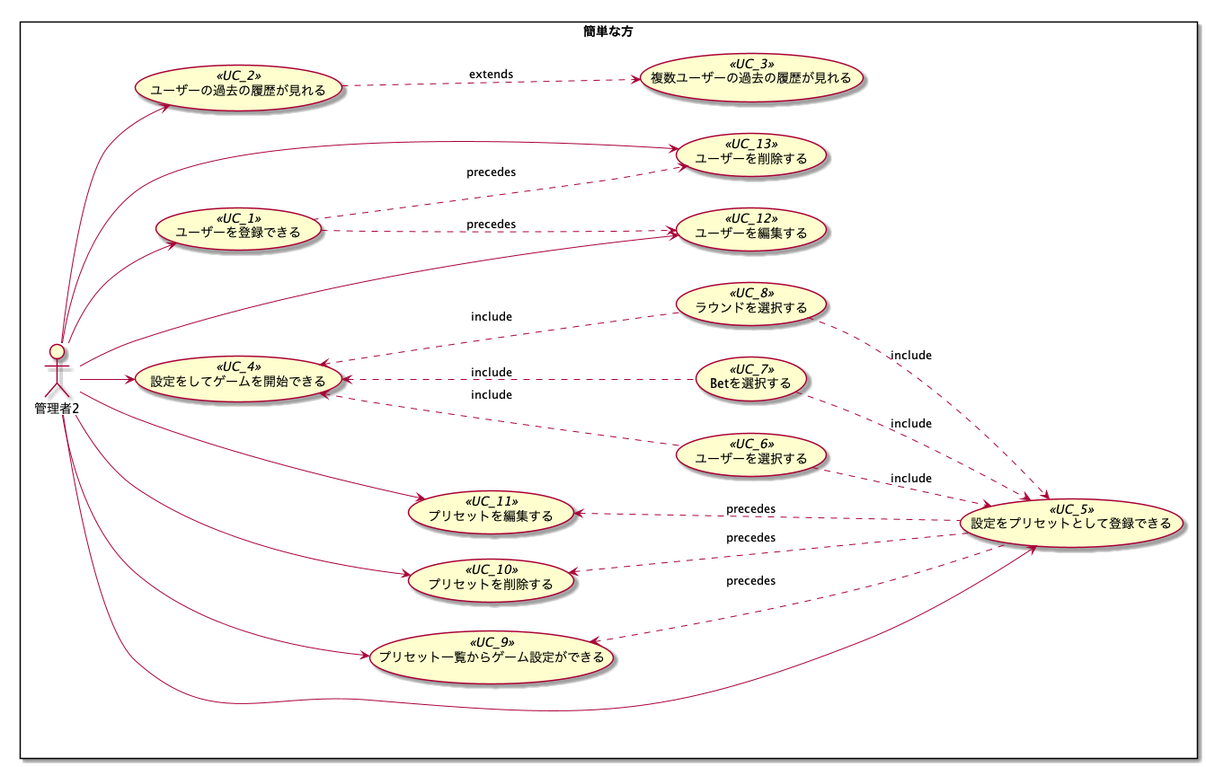
yuki-miraito/uml_practice keeps this PlantUML diagram as out/use_case_diagram/ユースケース.png. Above is the earlier version. Source of this version:
```plantuml
@startuml ユースケース

left to right direction









rectangle 簡単な方 {
  (ユーザーを登録できる) <<UC_1>> as UC_1
  (ユーザーを編集する) <<UC_12>> as UC_12
  (ユーザーを削除する) <<UC_13>> as UC_13
  (ユーザーの過去の履歴が見れる) <<UC_2>> as UC_2
  (複数ユーザーの過去の履歴が見れる) <<UC_3>> as UC_3
  (設定をしてゲームを開始できる) <<UC_4>> as UC_4
  (設定をプリセットとして登録できる) <<UC_5>> as UC_5
  (プリセット一覧からゲーム設定ができる) <<UC_9>> as UC_9
  (プリセットを削除する) <<UC_10>> as UC_10
  (プリセットを編集する) <<UC_11>> as UC_11
  (ユーザーを選択する) <<UC_6>> as UC_6
  (Betを選択する) <<UC_7>> as UC_7
  (ラウンドを選択する) <<UC_8>> as UC_8

  管理者2 --> UC_1
  管理者2 --> UC_12
  管理者2 --> UC_13
  管理者2 --> UC_2
  管理者2 --> UC_4
  管理者2 -> UC_5
  管理者2 --> UC_9
  管理者2 --> UC_10
  管理者2 --> UC_11

  UC_1 ..> UC_12 : precedes
  UC_1 ..> UC_13 : precedes
  UC_2 ..> UC_3 : extends
  UC_6 .up.> UC_4 : include
  UC_7 .up.> UC_4 : include
  UC_8 .up.> UC_4 : include
  UC_6 .down.> UC_5 : include
  UC_7 .down.> UC_5 : include
  UC_8 .down.> UC_5 : include
  UC_5 .up.> UC_11 : precedes
  UC_5 .up.> UC_10 : precedes
  UC_5 .up.> UC_9 : precedes
}

@enduml
```
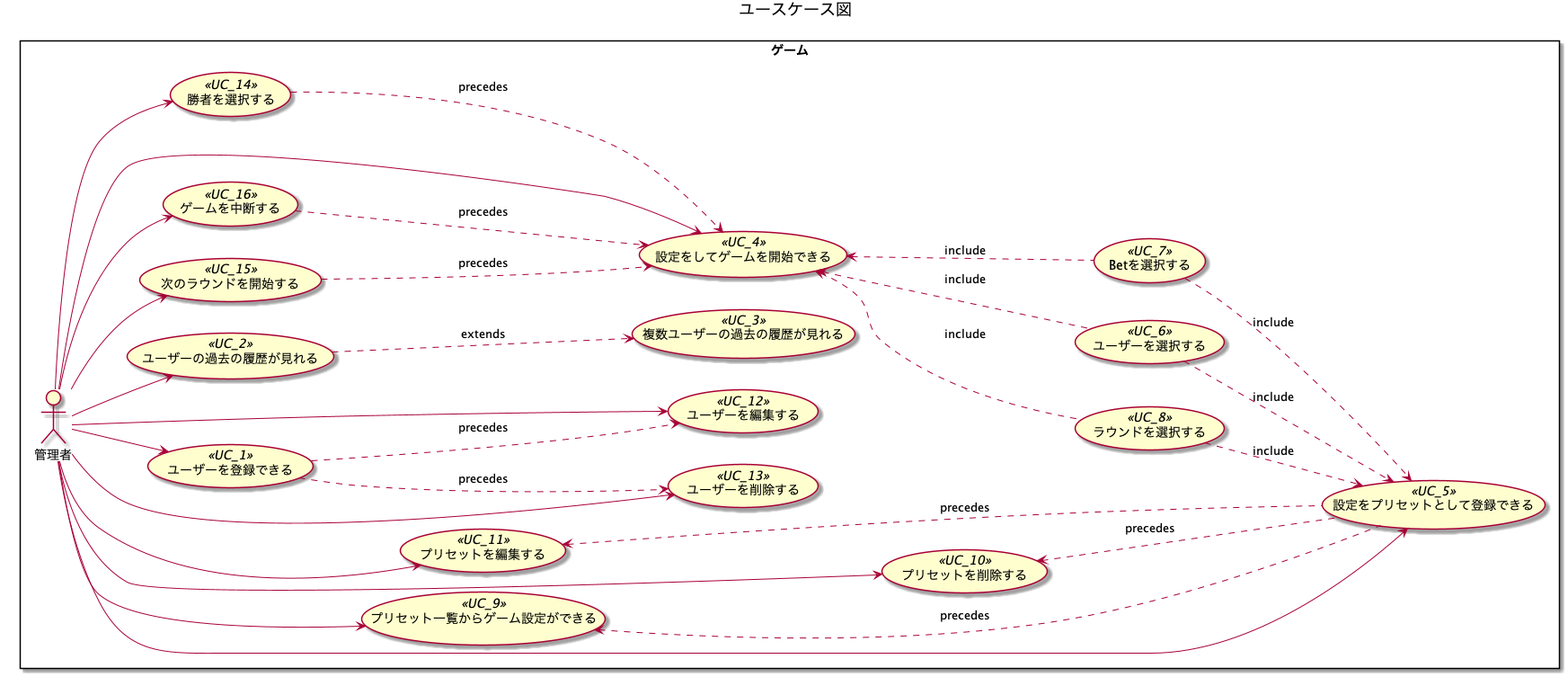
Later version of the same file.

Commit message:
fix: ユースケース図 (ver3)

Diff of the diagram source:
```diff
@@ -1,16 +1,9 @@
 @startuml ユースケース
 
+title ユースケース図
 left to right direction
 
-
-
-
-
-
-
-
-
-rectangle 簡単な方 {
+rectangle ゲーム {
   (ユーザーを登録できる) <<UC_1>> as UC_1
   (ユーザーを編集する) <<UC_12>> as UC_12
   (ユーザーを削除する) <<UC_13>> as UC_13
@@ -24,29 +17,38 @@
   (ユーザーを選択する) <<UC_6>> as UC_6
   (Betを選択する) <<UC_7>> as UC_7
   (ラウンドを選択する) <<UC_8>> as UC_8
+  (勝者を選択する) <<UC_14>> as UC_14
+  (次のラウンドを開始する) <<UC_15>> as UC_15
+  (ゲームを中断する) <<UC_16>> as UC_16
 
-  管理者2 --> UC_1
-  管理者2 --> UC_12
-  管理者2 --> UC_13
-  管理者2 --> UC_2
-  管理者2 --> UC_4
-  管理者2 -> UC_5
-  管理者2 --> UC_9
-  管理者2 --> UC_10
-  管理者2 --> UC_11
+  管理者 --> UC_1
+  管理者 --> UC_12
+  管理者 --> UC_13
+  管理者 --> UC_2
+  管理者 --> UC_4
+  管理者 -> UC_5
+  管理者 --> UC_9
+  管理者 --> UC_10
+  管理者 --> UC_11
+  管理者 --> UC_14
+  管理者 --> UC_15
+  管理者 --> UC_16
 
-  UC_1 ..> UC_12 : precedes
-  UC_1 ..> UC_13 : precedes
-  UC_2 ..> UC_3 : extends
-  UC_6 .up.> UC_4 : include
-  UC_7 .up.> UC_4 : include
-  UC_8 .up.> UC_4 : include
-  UC_6 .down.> UC_5 : include
-  UC_7 .down.> UC_5 : include
-  UC_8 .down.> UC_5 : include
-  UC_5 .up.> UC_11 : precedes
-  UC_5 .up.> UC_10 : precedes
-  UC_5 .up.> UC_9 : precedes
+  UC_1 ..> UC_12: precedes
+  UC_1 ..> UC_13: precedes
+  UC_2 ..> UC_3: extends
+  UC_6 .up.> UC_4: include
+  UC_7 .up.> UC_4: include
+  UC_8 .up.> UC_4: include
+  UC_6 .down.> UC_5: include
+  UC_7 .down.> UC_5: include
+  UC_8 .down.> UC_5: include
+  UC_5 .up.> UC_11: precedes
+  UC_5 .up.> UC_10: precedes
+  UC_5 .up.> UC_9: precedes
+  UC_14 ..> UC_4: precedes
+  UC_15 ..> UC_4: precedes
+  UC_16 ..> UC_4: precedes
 }
 
 @enduml
```
